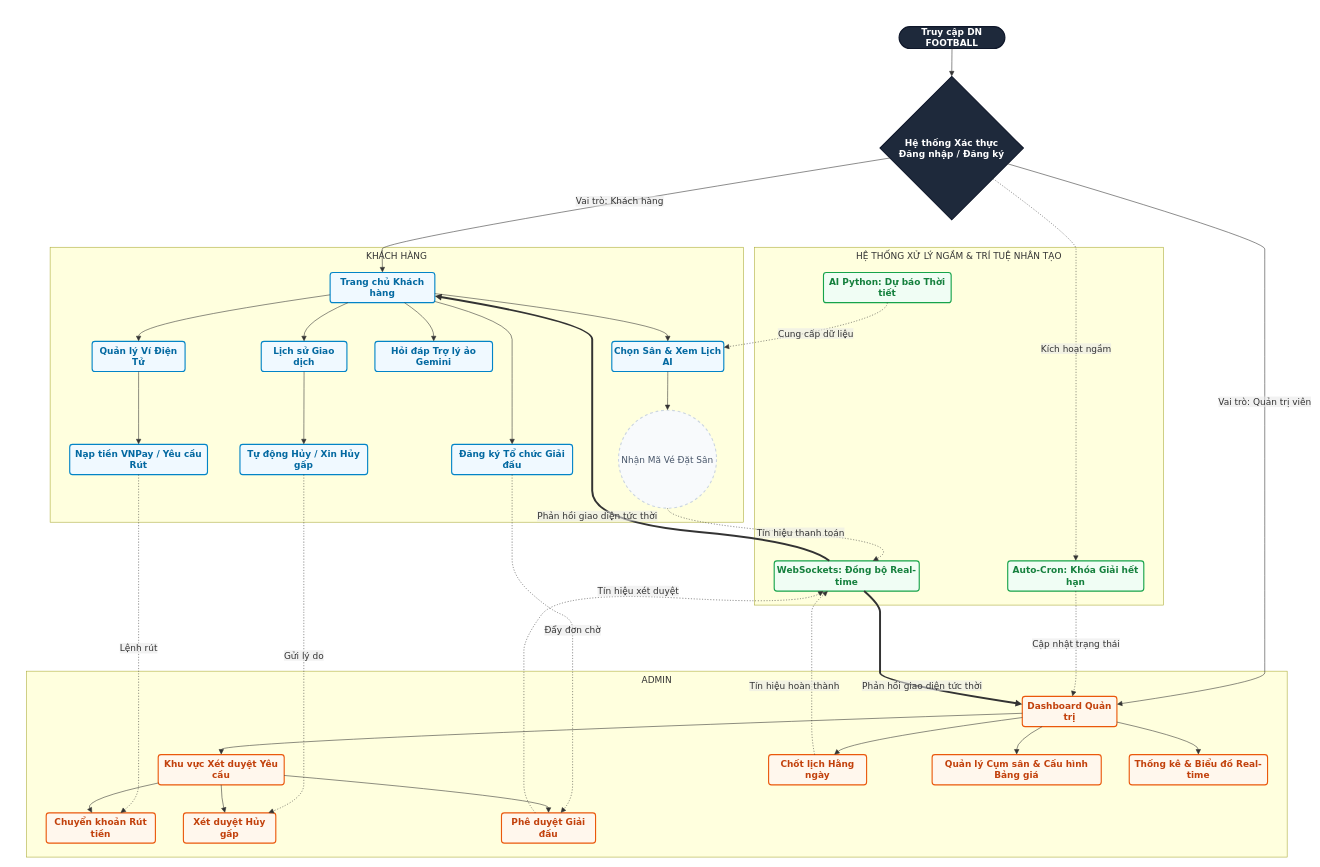
N-D-Tuan/DoAnTotNghiep keeps this draw.io diagram as page "Hệ thống website" (14 of 15) of docs/diagrams/Flowchart.drawio. Above is the earlier version. Source tidied: cells renumbered, new cells numbered last; positions are measured from the earlier drawing's top-left corner, leaving out a move shared by most shapes. Both pictures are drawn from the tidied source at 56%, with x=0, y=0 at pixel (10, 10).
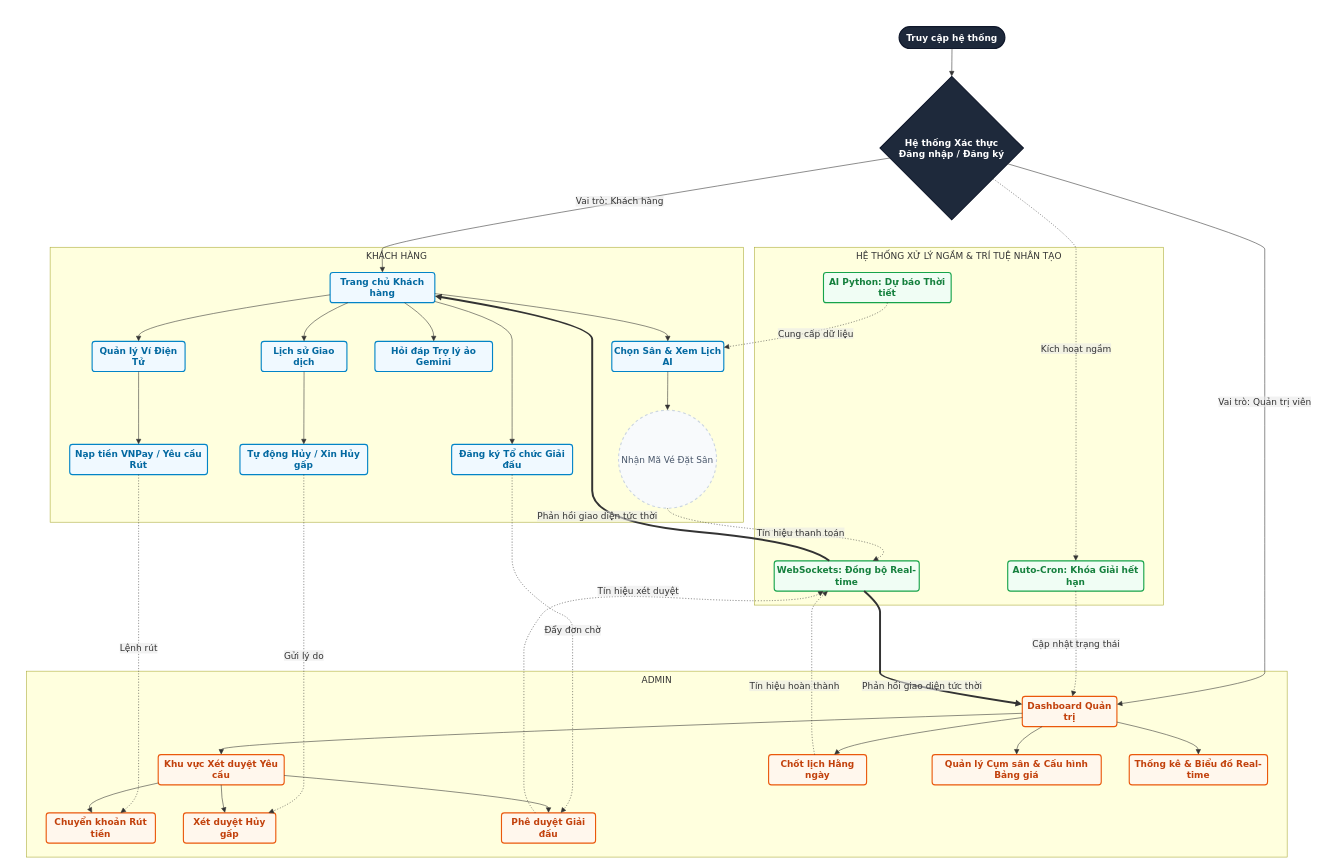
The same page after the edit.

Unchanged cells that the change refers to:
```xml
<mxCell id="2" style="group;transparentBounds=1;editIcon=1;lockedGroup=0;groupPadding=10;fontFamily=Architects Daughter;" parent="1" vertex="1">
  <mxGeometry as="geometry" />
</mxCell>
```

Diff of the diagram source:
```diff
@@
-    <mxCell id="41" value="Truy cập DN FOOTBALL" style="html=1;rounded=1;whiteSpace=wrap;arcSize=50;strokeWidth=2;fillColor=#1e293b;strokeColor=#0f172a;fontColor=#fff;fontFamily=Trebuchet MS,Verdana,Arial,sans-serif;fontSize=16;fontStyle=1;" parent="2" vertex="1">
+    <mxCell id="41" value="Truy cập hệ thống" style="html=1;rounded=1;whiteSpace=wrap;arcSize=50;strokeWidth=2;fillColor=#1e293b;strokeColor=#0f172a;fontColor=#fff;fontFamily=Trebuchet MS,Verdana,Arial,sans-serif;fontSize=16;fontStyle=1;" parent="2" vertex="1">
       <mxGeometry x="1588" y="30" width="189" height="39" as="geometry" />
     </mxCell>
```
